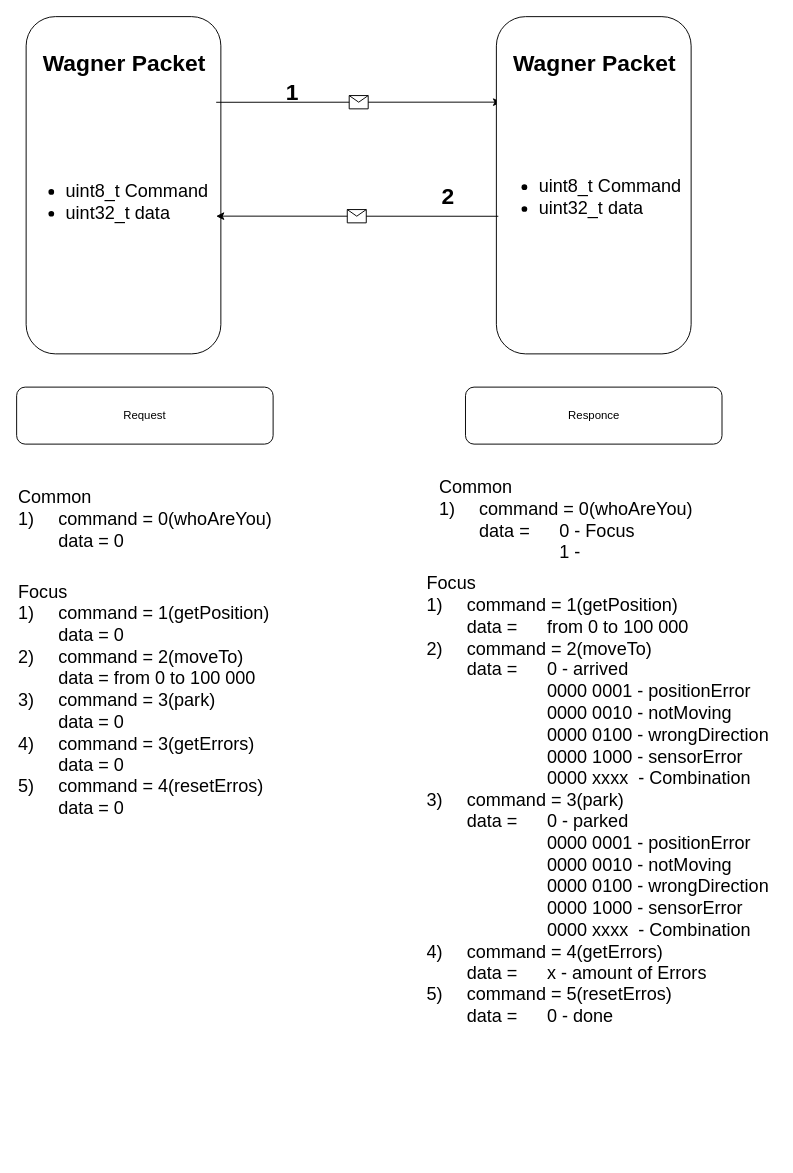
Above: WagnerPackets.drawio in H4KC3R/Wagner (draw.io), before the change. Source tidied: cells renumbered, new cells numbered last; positions are measured from the earlier drawing's top-left corner, leaving out a move shared by most shapes. Both pictures are drawn from the tidied source at 95%, with x=0, y=0 at pixel (-46, 40).
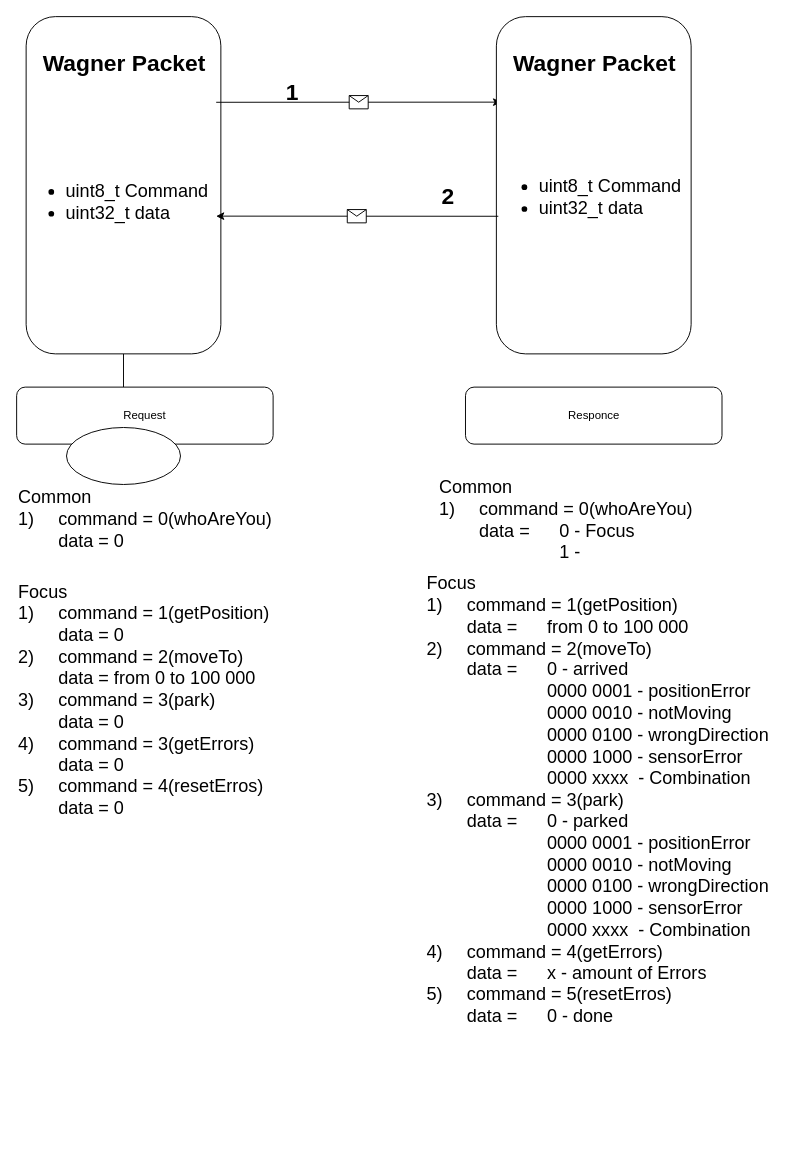
After the change.

The change refers to these unchanged cells:
```xml
<mxCell id="2" style="rounded=1;whiteSpace=wrap;html=1;fontFamily=Helvetica;rotation=90;" parent="1" vertex="1">
  <mxGeometry y="50" width="355" height="205" as="geometry" />
</mxCell>
```

The edit, as a diff of the source:
```diff
@@
+    <mxCell id="20" style="edgeStyle=orthogonalEdgeStyle;rounded=0;jettySize=auto;html=1;" parent="1" edge="1" source="2" target="21">
+      <mxGeometry relative="1" as="geometry" />
+    </mxCell>
@@
+    <mxCell id="21" style="ellipse;whiteSpace=wrap;html=1;rounded=1;" parent="1" vertex="1">
+      <mxGeometry x="117.5" y="407.5" width="120" height="60" as="geometry" />
+    </mxCell>
```
